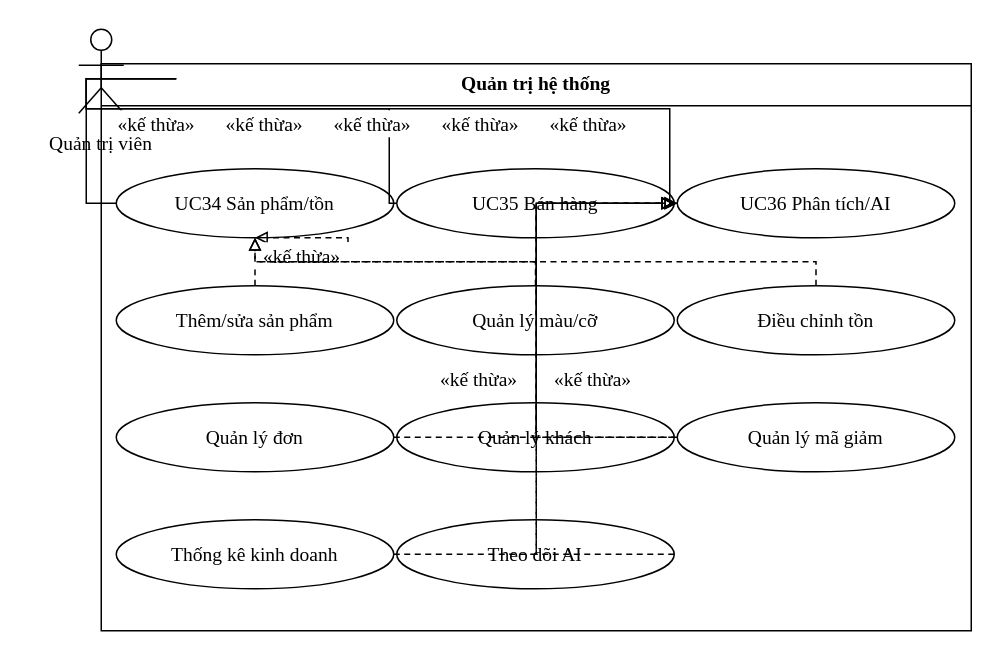
The draw.io diagram docs/do-an-LSOUL/So-do-LSOUL-rut-gon/drawio/UC-G06.drawio in Loccao102/BanHang, before the edit. Source tidied: cells renumbered, new cells numbered last; positions are measured from the earlier drawing's top-left corner, leaving out a move shared by most shapes. Both pictures are drawn from the tidied source at 150%, with x=0, y=0 at pixel (26, 26).
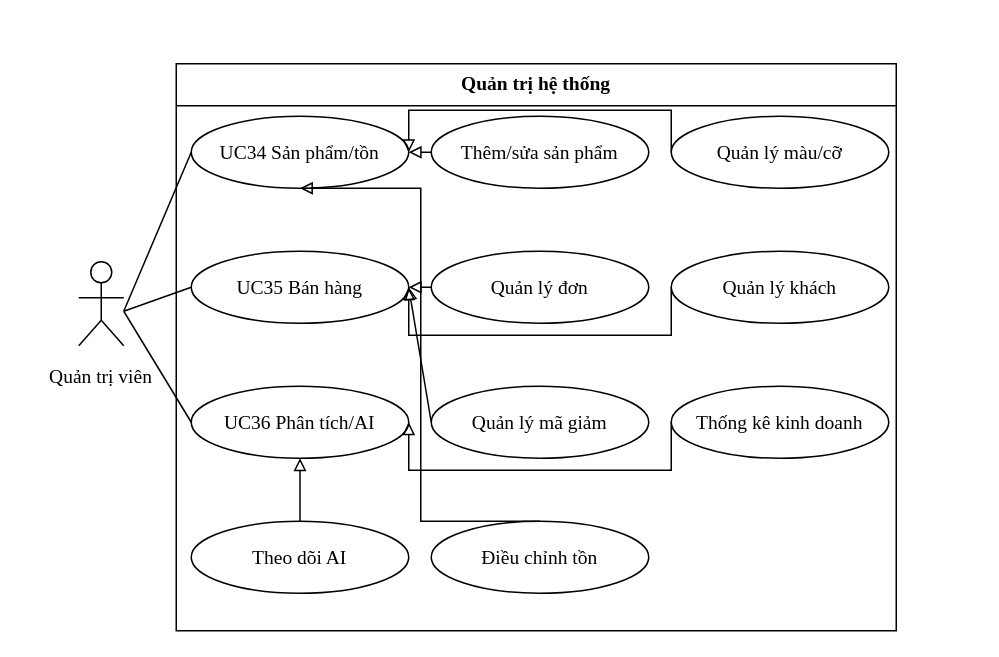
Above is the later version.

Change to the diagram source:
```diff
@@
     <mxCell id="2" style="fontFamily=Times New Roman;fontSize=13;fontColor=#000000;strokeColor=#000000;strokeWidth=1;fillColor=#FFFFFF;shadow=0;rounded=0;html=0;whiteSpace=wrap;spacing=5;align=center;verticalAlign=middle;" parent="1" vertex="1">
-      <mxGeometry x="50" y="25" width="580" height="378" as="geometry" />
+      <mxGeometry x="100" y="25" width="480" height="378" as="geometry" />
     </mxCell>
     <mxCell id="3" value="Quản trị hệ thống" style="fontFamily=Times New Roman;fontSize=13;fontColor=#000000;strokeColor=#000000;strokeWidth=1;fillColor=#FFFFFF;shadow=0;rounded=0;html=0;whiteSpace=wrap;spacing=5;text;strokeColor=none;fillColor=none;align=center;verticalAlign=middle;fontStyle=1;" parent="1" vertex="1">
-      <mxGeometry x="53" y="27" width="574" height="22" as="geometry" />
+      <mxGeometry x="103" y="27" width="474" height="22" as="geometry" />
     </mxCell>
     <mxCell id="4" style="fontFamily=Times New Roman;fontSize=13;fontColor=#000000;strokeColor=#000000;strokeWidth=1;fillColor=#FFFFFF;shadow=0;rounded=0;html=0;whiteSpace=wrap;spacing=5;endArrow=none;endFill=1;startArrow=none;" parent="1" edge="1">
       <mxGeometry relative="1" as="geometry">
-        <mxPoint x="50" y="53" as="sourcePoint" />
-        <mxPoint x="630" y="53" as="targetPoint" />
+        <mxPoint x="100" y="53" as="sourcePoint" />
+        <mxPoint x="580" y="53" as="targetPoint" />
       </mxGeometry>
     </mxCell>
     <mxCell id="5" value="UC34 Sản phẩm/tồn" style="fontFamily=Times New Roman;fontSize=13;fontColor=#000000;strokeColor=#000000;strokeWidth=1;fillColor=#FFFFFF;shadow=0;rounded=0;html=0;whiteSpace=wrap;spacing=5;ellipse;perimeter=ellipsePerimeter;align=center;verticalAlign=middle;" parent="1" vertex="1">
-      <mxGeometry x="60" y="95" width="185" height="46" as="geometry" />
+      <mxGeometry x="110" y="60" width="145" height="48" as="geometry" />
     </mxCell>
-    <mxCell id="6" value="UC35 Bán hàng" style="fontFamily=Times New Roman;fontSize=13;fontColor=#000000;strokeColor=#000000;strokeWidth=1;fillColor=#FFFFFF;shadow=0;rounded=0;html=0;whiteSpace=wrap;spacing=5;ellipse;perimeter=ellipsePerimeter;align=center;verticalAlign=middle;" parent="1" vertex="1">
-      <mxGeometry x="247" y="95" width="185" height="46" as="geometry" />
-    </mxCell>
-    <mxCell id="7" value="UC36 Phân tích/AI" style="fontFamily=Times New Roman;fontSize=13;fontColor=#000000;strokeColor=#000000;strokeWidth=1;fillColor=#FFFFFF;shadow=0;rounded=0;html=0;whiteSpace=wrap;spacing=5;ellipse;perimeter=ellipsePerimeter;align=center;verticalAlign=middle;" parent="1" vertex="1">
-      <mxGeometry x="434" y="95" width="185" height="46" as="geometry" />
-    </mxCell>
     <mxCell id="8" value="Thêm/sửa sản phẩm" style="fontFamily=Times New Roman;fontSize=13;fontColor=#000000;strokeColor=#000000;strokeWidth=1;fillColor=#FFFFFF;shadow=0;rounded=0;html=0;whiteSpace=wrap;spacing=5;ellipse;perimeter=ellipsePerimeter;align=center;verticalAlign=middle;" parent="1" vertex="1">
-      <mxGeometry x="60" y="173" width="185" height="46" as="geometry" />
+      <mxGeometry x="270" y="60" width="145" height="48" as="geometry" />
     </mxCell>
     <mxCell id="9" value="Quản lý màu/cỡ" style="fontFamily=Times New Roman;fontSize=13;fontColor=#000000;strokeColor=#000000;strokeWidth=1;fillColor=#FFFFFF;shadow=0;rounded=0;html=0;whiteSpace=wrap;spacing=5;ellipse;perimeter=ellipsePerimeter;align=center;verticalAlign=middle;" parent="1" vertex="1">
-      <mxGeometry x="247" y="173" width="185" height="46" as="geometry" />
+      <mxGeometry x="430" y="60" width="145" height="48" as="geometry" />
     </mxCell>
-    <mxCell id="10" value="Điều chỉnh tồn" style="fontFamily=Times New Roman;fontSize=13;fontColor=#000000;strokeColor=#000000;strokeWidth=1;fillColor=#FFFFFF;shadow=0;rounded=0;html=0;whiteSpace=wrap;spacing=5;ellipse;perimeter=ellipsePerimeter;align=center;verticalAlign=middle;" parent="1" vertex="1">
-      <mxGeometry x="434" y="173" width="185" height="46" as="geometry" />
-    </mxCell>
+    <mxCell id="6" value="UC35 Bán hàng" style="fontFamily=Times New Roman;fontSize=13;fontColor=#000000;strokeColor=#000000;strokeWidth=1;fillColor=#FFFFFF;shadow=0;rounded=0;html=0;whiteSpace=wrap;spacing=5;ellipse;perimeter=ellipsePerimeter;align=center;verticalAlign=middle;" parent="1" vertex="1">
+      <mxGeometry x="110" y="150" width="145" height="48" as="geometry" />
+    </mxCell>
     <mxCell id="11" value="Quản lý đơn" style="fontFamily=Times New Roman;fontSize=13;fontColor=#000000;strokeColor=#000000;strokeWidth=1;fillColor=#FFFFFF;shadow=0;rounded=0;html=0;whiteSpace=wrap;spacing=5;ellipse;perimeter=ellipsePerimeter;align=center;verticalAlign=middle;" parent="1" vertex="1">
-      <mxGeometry x="60" y="251" width="185" height="46" as="geometry" />
+      <mxGeometry x="270" y="150" width="145" height="48" as="geometry" />
     </mxCell>
     <mxCell id="12" value="Quản lý khách" style="fontFamily=Times New Roman;fontSize=13;fontColor=#000000;strokeColor=#000000;strokeWidth=1;fillColor=#FFFFFF;shadow=0;rounded=0;html=0;whiteSpace=wrap;spacing=5;ellipse;perimeter=ellipsePerimeter;align=center;verticalAlign=middle;" parent="1" vertex="1">
-      <mxGeometry x="247" y="251" width="185" height="46" as="geometry" />
+      <mxGeometry x="430" y="150" width="145" height="48" as="geometry" />
     </mxCell>
+    <mxCell id="7" value="UC36 Phân tích/AI" style="fontFamily=Times New Roman;fontSize=13;fontColor=#000000;strokeColor=#000000;strokeWidth=1;fillColor=#FFFFFF;shadow=0;rounded=0;html=0;whiteSpace=wrap;spacing=5;ellipse;perimeter=ellipsePerimeter;align=center;verticalAlign=middle;" parent="1" vertex="1">
+      <mxGeometry x="110" y="240" width="145" height="48" as="geometry" />
+    </mxCell>
     <mxCell id="13" value="Quản lý mã giảm" style="fontFamily=Times New Roman;fontSize=13;fontColor=#000000;strokeColor=#000000;strokeWidth=1;fillColor=#FFFFFF;shadow=0;rounded=0;html=0;whiteSpace=wrap;spacing=5;ellipse;perimeter=ellipsePerimeter;align=center;verticalAlign=middle;" parent="1" vertex="1">
-      <mxGeometry x="434" y="251" width="185" height="46" as="geometry" />
+      <mxGeometry x="270" y="240" width="145" height="48" as="geometry" />
     </mxCell>
     <mxCell id="14" value="Thống kê kinh doanh" style="fontFamily=Times New Roman;fontSize=13;fontColor=#000000;strokeColor=#000000;strokeWidth=1;fillColor=#FFFFFF;shadow=0;rounded=0;html=0;whiteSpace=wrap;spacing=5;ellipse;perimeter=ellipsePerimeter;align=center;verticalAlign=middle;" parent="1" vertex="1">
-      <mxGeometry x="60" y="329" width="185" height="46" as="geometry" />
+      <mxGeometry x="430" y="240" width="145" height="48" as="geometry" />
     </mxCell>
     <mxCell id="15" value="Theo dõi AI" style="fontFamily=Times New Roman;fontSize=13;fontColor=#000000;strokeColor=#000000;strokeWidth=1;fillColor=#FFFFFF;shadow=0;rounded=0;html=0;whiteSpace=wrap;spacing=5;ellipse;perimeter=ellipsePerimeter;align=center;verticalAlign=middle;" parent="1" vertex="1">
-      <mxGeometry x="247" y="329" width="185" height="46" as="geometry" />
+      <mxGeometry x="110" y="330" width="145" height="48" as="geometry" />
     </mxCell>
+    <mxCell id="10" value="Điều chỉnh tồn" style="fontFamily=Times New Roman;fontSize=13;fontColor=#000000;strokeColor=#000000;strokeWidth=1;fillColor=#FFFFFF;shadow=0;rounded=0;html=0;whiteSpace=wrap;spacing=5;ellipse;perimeter=ellipsePerimeter;align=center;verticalAlign=middle;" parent="1" vertex="1">
+      <mxGeometry x="270" y="330" width="145" height="48" as="geometry" />
+    </mxCell>
     <mxCell id="16" style="group;" parent="1" vertex="1">
-      <mxGeometry width="100" height="92" as="geometry" />
+      <mxGeometry y="155" width="100" height="92" as="geometry" />
     </mxCell>
@@
-    <mxCell id="23" style="fontFamily=Times New Roman;fontSize=13;fontColor=#000000;strokeColor=#000000;strokeWidth=1;fillColor=#FFFFFF;shadow=0;rounded=0;html=0;whiteSpace=wrap;spacing=5;endArrow=none;endFill=1;startArrow=none;exitX=1.0000000;exitY=0.3804348;exitPerimeter=0;entryX=0.0000000;entryY=0.5000000;entryPerimeter=0;" parent="1" edge="1" source="16" target="5">
-      <mxGeometry relative="1" as="geometry">
-        <Array as="points">
-          <mxPoint x="40" y="35" />
-          <mxPoint x="40" y="118" />
-        </Array>
-      </mxGeometry>
+    <mxCell id="23" style="fontFamily=Times New Roman;fontSize=13;fontColor=#000000;strokeColor=#000000;strokeWidth=1;fillColor=#FFFFFF;shadow=0;rounded=0;html=0;whiteSpace=wrap;spacing=5;endArrow=none;endFill=1;startArrow=none;exitX=0.6500000;exitY=0.3804348;exitPerimeter=0;entryX=0.0000000;entryY=0.5000000;entryPerimeter=0;" parent="1" edge="1" source="16" target="5">
+      <mxGeometry relative="1" as="geometry" />
     </mxCell>
-    <mxCell id="24" style="fontFamily=Times New Roman;fontSize=13;fontColor=#000000;strokeColor=#000000;strokeWidth=1;fillColor=#FFFFFF;shadow=0;rounded=0;html=0;whiteSpace=wrap;spacing=5;endArrow=none;endFill=1;startArrow=none;exitX=1.0000000;exitY=0.3804348;exitPerimeter=0;entryX=0.0000000;entryY=0.5000000;entryPerimeter=0;" parent="1" edge="1" source="16" target="6">
-      <mxGeometry relative="1" as="geometry">
-        <Array as="points">
-          <mxPoint x="40" y="35" />
-          <mxPoint x="40" y="55" />
-          <mxPoint x="242" y="55" />
-          <mxPoint x="242" y="118" />
-        </Array>
-      </mxGeometry>
+    <mxCell id="24" style="fontFamily=Times New Roman;fontSize=13;fontColor=#000000;strokeColor=#000000;strokeWidth=1;fillColor=#FFFFFF;shadow=0;rounded=0;html=0;whiteSpace=wrap;spacing=5;endArrow=none;endFill=1;startArrow=none;exitX=0.6500000;exitY=0.3804348;exitPerimeter=0;entryX=0.0000000;entryY=0.5000000;entryPerimeter=0;" parent="1" edge="1" source="16" target="6">
+      <mxGeometry relative="1" as="geometry" />
     </mxCell>
-    <mxCell id="25" style="fontFamily=Times New Roman;fontSize=13;fontColor=#000000;strokeColor=#000000;strokeWidth=1;fillColor=#FFFFFF;shadow=0;rounded=0;html=0;whiteSpace=wrap;spacing=5;endArrow=none;endFill=1;startArrow=none;exitX=1.0000000;exitY=0.3804348;exitPerimeter=0;entryX=0.0000000;entryY=0.5000000;entryPerimeter=0;" parent="1" edge="1" source="16" target="7">
-      <mxGeometry relative="1" as="geometry">
-        <Array as="points">
-          <mxPoint x="40" y="35" />
-          <mxPoint x="40" y="55" />
-          <mxPoint x="429" y="55" />
-          <mxPoint x="429" y="118" />
-        </Array>
-      </mxGeometry>
+    <mxCell id="25" style="fontFamily=Times New Roman;fontSize=13;fontColor=#000000;strokeColor=#000000;strokeWidth=1;fillColor=#FFFFFF;shadow=0;rounded=0;html=0;whiteSpace=wrap;spacing=5;endArrow=none;endFill=1;startArrow=none;exitX=0.6500000;exitY=0.3804348;exitPerimeter=0;entryX=0.0000000;entryY=0.5000000;entryPerimeter=0;" parent="1" edge="1" source="16" target="7">
+      <mxGeometry relative="1" as="geometry" />
     </mxCell>
-    <mxCell id="26" style="fontFamily=Times New Roman;fontSize=13;fontColor=#000000;strokeColor=#000000;strokeWidth=1;fillColor=#FFFFFF;shadow=0;rounded=0;html=0;whiteSpace=wrap;spacing=5;endArrow=block;endFill=0;startArrow=none;dashed=1;dashPattern=4 3;exitX=0.5000000;exitY=0.0000000;exitPerimeter=0;entryX=0.5000000;entryY=1.0000000;entryPerimeter=0;" parent="1" edge="1" source="8" target="5">
-      <mxGeometry relative="1" as="geometry">
-        <Array as="points">
-          <mxPoint x="152.5" y="157" />
-          <mxPoint x="214.5" y="157" />
-          <mxPoint x="214.5" y="141" />
-        </Array>
-      </mxGeometry>
+    <mxCell id="26" style="fontFamily=Times New Roman;fontSize=13;fontColor=#000000;strokeColor=#000000;strokeWidth=1;fillColor=#FFFFFF;shadow=0;rounded=0;html=0;whiteSpace=wrap;spacing=5;endArrow=block;endFill=0;startArrow=none;exitX=0.0000000;exitY=0.5000000;exitPerimeter=0;entryX=1.0000000;entryY=0.5000000;entryPerimeter=0;" parent="1" edge="1" source="8" target="5">
+      <mxGeometry relative="1" as="geometry" />
     </mxCell>
-    <mxCell id="27" value="«kế thừa»" style="fontFamily=Times New Roman;fontSize=13;fontColor=#000000;strokeColor=#000000;strokeWidth=1;fillColor=#FFFFFF;shadow=0;rounded=0;html=0;whiteSpace=wrap;spacing=5;text;strokeColor=none;fillColor=none;align=center;verticalAlign=middle;fillColor=#FFFFFF;" parent="1" vertex="1">
-      <mxGeometry x="148.5" y="144" width="70" height="18" as="geometry" />
-    </mxCell>
-    <mxCell id="28" style="fontFamily=Times New Roman;fontSize=13;fontColor=#000000;strokeColor=#000000;strokeWidth=1;fillColor=#FFFFFF;shadow=0;rounded=0;html=0;whiteSpace=wrap;spacing=5;endArrow=block;endFill=0;startArrow=none;dashed=1;dashPattern=4 3;exitX=0.5000000;exitY=0.0000000;exitPerimeter=0;entryX=0.5000000;entryY=1.0000000;entryPerimeter=0;" parent="1" edge="1" source="9" target="5">
+    <mxCell id="28" style="fontFamily=Times New Roman;fontSize=13;fontColor=#000000;strokeColor=#000000;strokeWidth=1;fillColor=#FFFFFF;shadow=0;rounded=0;html=0;whiteSpace=wrap;spacing=5;endArrow=block;endFill=0;startArrow=none;exitX=0.0000000;exitY=0.5000000;exitPerimeter=0;entryX=1.0000000;entryY=0.5000000;entryPerimeter=0;" parent="1" edge="1" source="9" target="5">
       <mxGeometry relative="1" as="geometry">
         <Array as="points">
-          <mxPoint x="339.5" y="157" />
-          <mxPoint x="152.5" y="157" />
+          <mxPoint x="430" y="56" />
+          <mxPoint x="255" y="56" />
         </Array>
       </mxGeometry>
     </mxCell>
-    <mxCell id="29" value="«kế thừa»" style="fontFamily=Times New Roman;fontSize=13;fontColor=#000000;strokeColor=#000000;strokeWidth=1;fillColor=#FFFFFF;shadow=0;rounded=0;html=0;whiteSpace=wrap;spacing=5;text;strokeColor=none;fillColor=none;align=center;verticalAlign=middle;fillColor=#FFFFFF;" parent="1" vertex="1">
-      <mxGeometry x="52" y="56" width="70" height="18" as="geometry" />
-    </mxCell>
-    <mxCell id="30" style="fontFamily=Times New Roman;fontSize=13;fontColor=#000000;strokeColor=#000000;strokeWidth=1;fillColor=#FFFFFF;shadow=0;rounded=0;html=0;whiteSpace=wrap;spacing=5;endArrow=block;endFill=0;startArrow=none;dashed=1;dashPattern=4 3;exitX=0.5000000;exitY=0.0000000;exitPerimeter=0;entryX=0.5000000;entryY=1.0000000;entryPerimeter=0;" parent="1" edge="1" source="10" target="5">
+    <mxCell id="30" style="fontFamily=Times New Roman;fontSize=13;fontColor=#000000;strokeColor=#000000;strokeWidth=1;fillColor=#FFFFFF;shadow=0;rounded=0;html=0;whiteSpace=wrap;spacing=5;endArrow=block;endFill=0;startArrow=none;exitX=0.5000000;exitY=0.0000000;exitPerimeter=0;entryX=0.5000000;entryY=1.0000000;entryPerimeter=0;" parent="1" edge="1" source="10" target="5">
       <mxGeometry relative="1" as="geometry">
         <Array as="points">
-          <mxPoint x="526.5" y="157" />
-          <mxPoint x="152.5" y="157" />
+          <mxPoint x="263" y="330" />
+          <mxPoint x="263" y="108" />
         </Array>
       </mxGeometry>
     </mxCell>
-    <mxCell id="31" value="«kế thừa»" style="fontFamily=Times New Roman;fontSize=13;fontColor=#000000;strokeColor=#000000;strokeWidth=1;fillColor=#FFFFFF;shadow=0;rounded=0;html=0;whiteSpace=wrap;spacing=5;text;strokeColor=none;fillColor=none;align=center;verticalAlign=middle;fillColor=#FFFFFF;" parent="1" vertex="1">
-      <mxGeometry x="124" y="56" width="70" height="18" as="geometry" />
-    </mxCell>
-    <mxCell id="32" style="fontFamily=Times New Roman;fontSize=13;fontColor=#000000;strokeColor=#000000;strokeWidth=1;fillColor=#FFFFFF;shadow=0;rounded=0;html=0;whiteSpace=wrap;spacing=5;endArrow=block;endFill=0;startArrow=none;dashed=1;dashPattern=4 3;exitX=1.0000000;exitY=0.5000000;exitPerimeter=0;entryX=1.0000000;entryY=0.5000000;entryPerimeter=0;" parent="1" edge="1" source="11" target="6">
-      <mxGeometry relative="1" as="geometry">
-        <Array as="points">
-          <mxPoint x="340" y="274" />
-          <mxPoint x="340" y="118" />
-        </Array>
-      </mxGeometry>
+    <mxCell id="32" style="fontFamily=Times New Roman;fontSize=13;fontColor=#000000;strokeColor=#000000;strokeWidth=1;fillColor=#FFFFFF;shadow=0;rounded=0;html=0;whiteSpace=wrap;spacing=5;endArrow=block;endFill=0;startArrow=none;exitX=0.0000000;exitY=0.5000000;exitPerimeter=0;entryX=1.0000000;entryY=0.5000000;entryPerimeter=0;" parent="1" edge="1" source="11" target="6">
+      <mxGeometry relative="1" as="geometry" />
     </mxCell>
-    <mxCell id="33" value="«kế thừa»" style="fontFamily=Times New Roman;fontSize=13;fontColor=#000000;strokeColor=#000000;strokeWidth=1;fillColor=#FFFFFF;shadow=0;rounded=0;html=0;whiteSpace=wrap;spacing=5;text;strokeColor=none;fillColor=none;align=center;verticalAlign=middle;fillColor=#FFFFFF;" parent="1" vertex="1">
-      <mxGeometry x="196" y="56" width="70" height="18" as="geometry" />
-    </mxCell>
-    <mxCell id="34" style="fontFamily=Times New Roman;fontSize=13;fontColor=#000000;strokeColor=#000000;strokeWidth=1;fillColor=#FFFFFF;shadow=0;rounded=0;html=0;whiteSpace=wrap;spacing=5;endArrow=block;endFill=0;startArrow=none;dashed=1;dashPattern=4 3;exitX=1.0000000;exitY=0.5000000;exitPerimeter=0;entryX=1.0000000;entryY=0.5000000;entryPerimeter=0;" parent="1" edge="1" source="12" target="6">
+    <mxCell id="34" style="fontFamily=Times New Roman;fontSize=13;fontColor=#000000;strokeColor=#000000;strokeWidth=1;fillColor=#FFFFFF;shadow=0;rounded=0;html=0;whiteSpace=wrap;spacing=5;endArrow=block;endFill=0;startArrow=none;exitX=0.0000000;exitY=0.5000000;exitPerimeter=0;entryX=1.0000000;entryY=0.5000000;entryPerimeter=0;" parent="1" edge="1" source="12" target="6">
       <mxGeometry relative="1" as="geometry">
         <Array as="points">
-          <mxPoint x="340" y="274" />
-          <mxPoint x="340" y="118" />
+          <mxPoint x="430" y="206" />
+          <mxPoint x="255" y="206" />
         </Array>
       </mxGeometry>
     </mxCell>
-    <mxCell id="35" value="«kế thừa»" style="fontFamily=Times New Roman;fontSize=13;fontColor=#000000;strokeColor=#000000;strokeWidth=1;fillColor=#FFFFFF;shadow=0;rounded=0;html=0;whiteSpace=wrap;spacing=5;text;strokeColor=none;fillColor=none;align=center;verticalAlign=middle;fillColor=#FFFFFF;" parent="1" vertex="1">
-      <mxGeometry x="268" y="56" width="70" height="18" as="geometry" />
-    </mxCell>
-    <mxCell id="36" style="fontFamily=Times New Roman;fontSize=13;fontColor=#000000;strokeColor=#000000;strokeWidth=1;fillColor=#FFFFFF;shadow=0;rounded=0;html=0;whiteSpace=wrap;spacing=5;endArrow=block;endFill=0;startArrow=none;dashed=1;dashPattern=4 3;exitX=0.0000000;exitY=0.5000000;exitPerimeter=0;entryX=1.0000000;entryY=0.5000000;entryPerimeter=0;" parent="1" edge="1" source="13" target="6">
-      <mxGeometry relative="1" as="geometry">
-        <Array as="points">
-          <mxPoint x="340" y="274" />
-          <mxPoint x="340" y="118" />
-        </Array>
-      </mxGeometry>
+    <mxCell id="36" style="fontFamily=Times New Roman;fontSize=13;fontColor=#000000;strokeColor=#000000;strokeWidth=1;fillColor=#FFFFFF;shadow=0;rounded=0;html=0;whiteSpace=wrap;spacing=5;endArrow=block;endFill=0;startArrow=none;exitX=0.0000000;exitY=0.5000000;exitPerimeter=0;entryX=1.0000000;entryY=0.5000000;entryPerimeter=0;" parent="1" edge="1" source="13" target="6">
+      <mxGeometry relative="1" as="geometry" />
     </mxCell>
-    <mxCell id="37" value="«kế thừa»" style="fontFamily=Times New Roman;fontSize=13;fontColor=#000000;strokeColor=#000000;strokeWidth=1;fillColor=#FFFFFF;shadow=0;rounded=0;html=0;whiteSpace=wrap;spacing=5;text;strokeColor=none;fillColor=none;align=center;verticalAlign=middle;fillColor=#FFFFFF;" parent="1" vertex="1">
-      <mxGeometry x="340" y="56" width="70" height="18" as="geometry" />
-    </mxCell>
-    <mxCell id="38" style="fontFamily=Times New Roman;fontSize=13;fontColor=#000000;strokeColor=#000000;strokeWidth=1;fillColor=#FFFFFF;shadow=0;rounded=0;html=0;whiteSpace=wrap;spacing=5;endArrow=block;endFill=0;startArrow=none;dashed=1;dashPattern=4 3;exitX=1.0000000;exitY=0.5000000;exitPerimeter=0;entryX=0.0000000;entryY=0.5000000;entryPerimeter=0;" parent="1" edge="1" source="14" target="7">
+    <mxCell id="38" style="fontFamily=Times New Roman;fontSize=13;fontColor=#000000;strokeColor=#000000;strokeWidth=1;fillColor=#FFFFFF;shadow=0;rounded=0;html=0;whiteSpace=wrap;spacing=5;endArrow=block;endFill=0;startArrow=none;exitX=0.0000000;exitY=0.5000000;exitPerimeter=0;entryX=1.0000000;entryY=0.5000000;entryPerimeter=0;" parent="1" edge="1" source="14" target="7">
       <mxGeometry relative="1" as="geometry">
         <Array as="points">
-          <mxPoint x="340" y="352" />
-          <mxPoint x="340" y="118" />
+          <mxPoint x="430" y="296" />
+          <mxPoint x="255" y="296" />
         </Array>
       </mxGeometry>
     </mxCell>
-    <mxCell id="39" value="«kế thừa»" style="fontFamily=Times New Roman;fontSize=13;fontColor=#000000;strokeColor=#000000;strokeWidth=1;fillColor=#FFFFFF;shadow=0;rounded=0;html=0;whiteSpace=wrap;spacing=5;text;strokeColor=none;fillColor=none;align=center;verticalAlign=middle;fillColor=#FFFFFF;" parent="1" vertex="1">
-      <mxGeometry x="267" y="226" width="70" height="18" as="geometry" />
-    </mxCell>
-    <mxCell id="40" style="fontFamily=Times New Roman;fontSize=13;fontColor=#000000;strokeColor=#000000;strokeWidth=1;fillColor=#FFFFFF;shadow=0;rounded=0;html=0;whiteSpace=wrap;spacing=5;endArrow=block;endFill=0;startArrow=none;dashed=1;dashPattern=4 3;exitX=1.0000000;exitY=0.5000000;exitPerimeter=0;entryX=0.0000000;entryY=0.5000000;entryPerimeter=0;" parent="1" edge="1" source="15" target="7">
-      <mxGeometry relative="1" as="geometry">
-        <Array as="points">
-          <mxPoint x="340" y="352" />
-          <mxPoint x="340" y="118" />
-        </Array>
-      </mxGeometry>
+    <mxCell id="40" style="fontFamily=Times New Roman;fontSize=13;fontColor=#000000;strokeColor=#000000;strokeWidth=1;fillColor=#FFFFFF;shadow=0;rounded=0;html=0;whiteSpace=wrap;spacing=5;endArrow=block;endFill=0;startArrow=none;exitX=0.5000000;exitY=0.0000000;exitPerimeter=0;entryX=0.5000000;entryY=1.0000000;entryPerimeter=0;" parent="1" edge="1" source="15" target="7">
+      <mxGeometry relative="1" as="geometry" />
     </mxCell>
-    <mxCell id="41" value="«kế thừa»" style="fontFamily=Times New Roman;fontSize=13;fontColor=#000000;strokeColor=#000000;strokeWidth=1;fillColor=#FFFFFF;shadow=0;rounded=0;html=0;whiteSpace=wrap;spacing=5;text;strokeColor=none;fillColor=none;align=center;verticalAlign=middle;fillColor=#FFFFFF;" parent="1" vertex="1">
-      <mxGeometry x="343" y="226" width="70" height="18" as="geometry" />
-    </mxCell>
```
